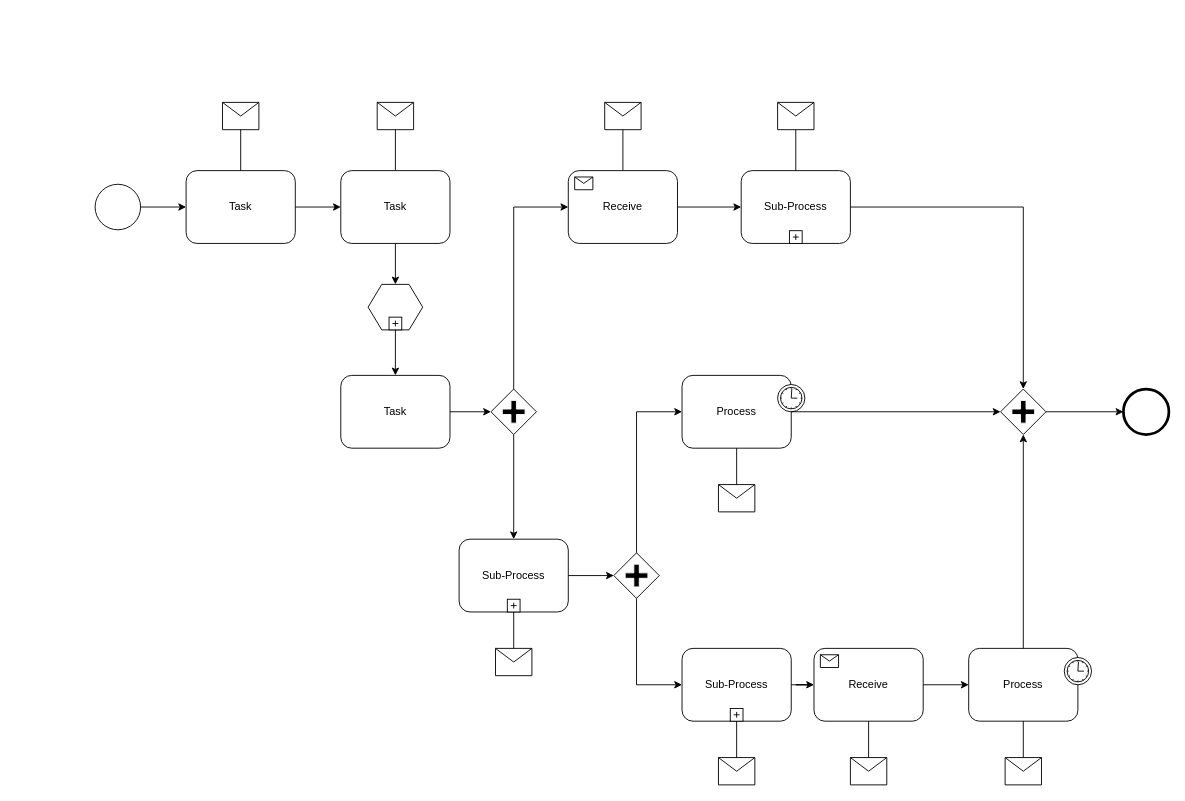
Earlier version of the draw.io diagram Диаграмма без названия.drawio (ischerbakova2016/hello-world). Source tidied: cells renumbered, new cells numbered last; positions are measured from the earlier drawing's top-left corner, leaving out a move shared by most shapes. Both pictures are drawn from the tidied source at 91%, with x=0, y=0 at pixel (95, 102).
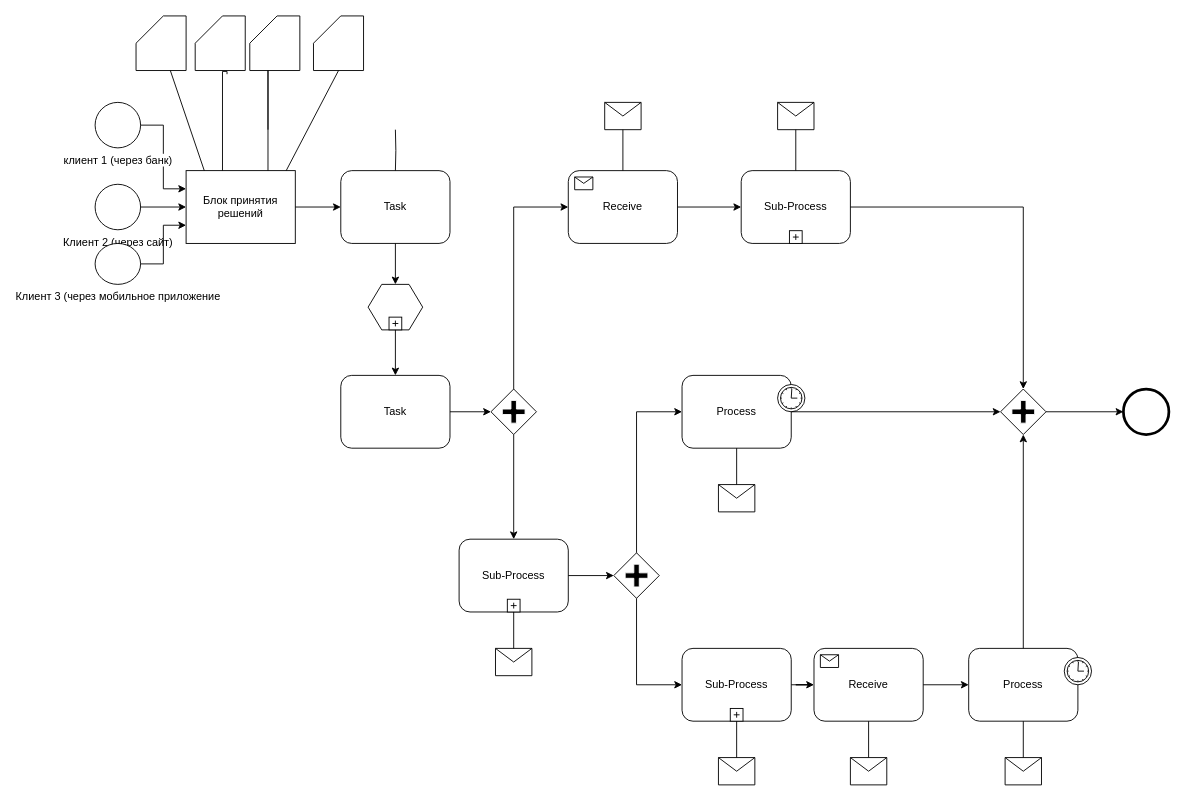
After the change.

Unchanged cells that the change refers to:
```xml
<mxCell id="4" value="Task" style="shape=ext;rounded=1;html=1;whiteSpace=wrap;" parent="1" vertex="1">
  <mxGeometry x="270" y="75" width="120" height="80" as="geometry" />
</mxCell>
```

Diff of the diagram source:
```diff
@@
-    <mxCell id="2" style="shape=mxgraph.bpmn.shape;html=1;verticalLabelPosition=bottom;labelBackgroundColor=#ffffff;verticalAlign=top;perimeter=ellipsePerimeter;outline=standard;symbol=general;" parent="1" vertex="1">
+    <mxCell id="2" value="Клиент 2 (через сайт)" style="shape=mxgraph.bpmn.shape;html=1;verticalLabelPosition=bottom;labelBackgroundColor=#ffffff;verticalAlign=top;perimeter=ellipsePerimeter;outline=standard;symbol=general;" parent="1" vertex="1">
       <mxGeometry y="90" width="50" height="50" as="geometry" />
     </mxCell>
-    <mxCell id="3" value="Task" style="shape=ext;rounded=1;html=1;whiteSpace=wrap;" parent="1" vertex="1">
+    <mxCell id="3" value="Блок принятия решений" style="shape=ext;rounded=1;html=1;whiteSpace=wrap;arcSize=0;" parent="1" vertex="1">
       <mxGeometry x="100" y="75" width="120" height="80" as="geometry" />
     </mxCell>
@@
-    <mxCell id="5" style="shape=message;whiteSpace=wrap;html=1;" parent="1" vertex="1">
-      <mxGeometry x="140" width="40" height="30" as="geometry" />
-    </mxCell>
-    <mxCell id="6" style="shape=message;whiteSpace=wrap;html=1;" parent="1" vertex="1">
-      <mxGeometry x="310" width="40" height="30" as="geometry" />
-    </mxCell>
@@
-    <mxCell id="35" style="edgeStyle=orthogonalEdgeStyle;rounded=0;html=1;jettySize=auto;endArrow=none;endFill=0;" parent="1" edge="1" source="5" target="3">
-      <mxGeometry relative="1" as="geometry" />
+    <mxCell id="35" style="edgeStyle=orthogonalEdgeStyle;rounded=0;html=1;jettySize=auto;endArrow=none;endFill=0;exitX=0.636;exitY=1.067;exitDx=0;exitDy=0;exitPerimeter=0;" parent="1" edge="1" source="66" target="3">
+      <mxGeometry relative="1" as="geometry">
+        <Array as="points">
+          <mxPoint x="145" y="-34" />
+          <mxPoint x="140" y="-34" />
+        </Array>
+      </mxGeometry>
     </mxCell>
-    <mxCell id="36" style="edgeStyle=orthogonalEdgeStyle;rounded=0;html=1;jettySize=auto;endArrow=none;endFill=0;" parent="1" edge="1" source="6" target="4">
-      <mxGeometry relative="1" as="geometry" />
+    <mxCell id="36" style="edgeStyle=orthogonalEdgeStyle;rounded=0;html=1;jettySize=auto;endArrow=none;endFill=0;" parent="1" edge="1" target="4">
+      <mxGeometry relative="1" as="geometry">
+        <mxPoint x="330" y="30" as="sourcePoint" />
+      </mxGeometry>
     </mxCell>
@@
+    <mxCell id="61" style="edgeStyle=orthogonalEdgeStyle;rounded=0;jettySize=auto;html=1;entryX=0;entryY=0.75;entryDx=0;entryDy=0;" parent="1" edge="1" source="62" target="3">
+      <mxGeometry relative="1" as="geometry" />
+    </mxCell>
+    <mxCell id="62" value="Клиент 3 (через мобильное приложение" style="shape=mxgraph.bpmn.shape;html=1;verticalLabelPosition=bottom;labelBackgroundColor=#ffffff;verticalAlign=top;perimeter=ellipsePerimeter;outline=standard;symbol=general;" parent="1" vertex="1">
+      <mxGeometry y="155" width="50" height="45" as="geometry" />
+    </mxCell>
+    <mxCell id="63" style="edgeStyle=orthogonalEdgeStyle;rounded=0;jettySize=auto;html=1;entryX=0;entryY=0.25;entryDx=0;entryDy=0;" parent="1" edge="1" source="64" target="3">
+      <mxGeometry relative="1" as="geometry" />
+    </mxCell>
+    <mxCell id="64" value="клиент 1 (через банк)" style="shape=mxgraph.bpmn.shape;html=1;verticalLabelPosition=bottom;labelBackgroundColor=#ffffff;verticalAlign=top;perimeter=ellipsePerimeter;outline=standard;symbol=general;" parent="1" vertex="1">
+      <mxGeometry width="50" height="50" as="geometry" />
+    </mxCell>
+    <mxCell id="65" style="shape=card;whiteSpace=wrap;html=1;" parent="1" vertex="1">
+      <mxGeometry x="45" y="-95" width="55" height="60" as="geometry" />
+    </mxCell>
+    <mxCell id="66" style="shape=card;whiteSpace=wrap;html=1;" parent="1" vertex="1">
+      <mxGeometry x="110" y="-95" width="55" height="60" as="geometry" />
+    </mxCell>
+    <mxCell id="67" style="shape=card;whiteSpace=wrap;html=1;" parent="1" vertex="1">
+      <mxGeometry x="170" y="-95" width="55" height="60" as="geometry" />
+    </mxCell>
+    <mxCell id="68" style="shape=card;whiteSpace=wrap;html=1;" parent="1" vertex="1">
+      <mxGeometry x="240" y="-95" width="55" height="60" as="geometry" />
+    </mxCell>
+    <mxCell id="69" style="edgeStyle=orthogonalEdgeStyle;rounded=0;html=1;jettySize=auto;orthogonalLoop=1;endArrow=none;endFill=0;" parent="1" edge="1">
+      <mxGeometry relative="1" as="geometry">
+        <mxPoint x="190" y="30" as="sourcePoint" />
+        <mxPoint x="190" y="75" as="targetPoint" />
+        <Array as="points">
+          <mxPoint x="190" y="-35" />
+          <mxPoint x="190" y="-35" />
+        </Array>
+      </mxGeometry>
+    </mxCell>
+    <mxCell id="70" style="rounded=0;html=1;jettySize=auto;endArrow=none;endFill=0;exitX=0.5;exitY=1;exitDx=0;exitDy=0;exitPerimeter=0;" parent="1" edge="1" source="68">
+      <mxGeometry relative="1" as="geometry">
+        <mxPoint x="210" y="75" as="targetPoint" />
+      </mxGeometry>
+    </mxCell>
+    <mxCell id="71" style="rounded=0;html=1;jettySize=auto;endArrow=none;endFill=0;" parent="1" edge="1" source="65">
+      <mxGeometry relative="1" as="geometry">
+        <mxPoint x="120" y="75" as="targetPoint" />
+      </mxGeometry>
+    </mxCell>
```
